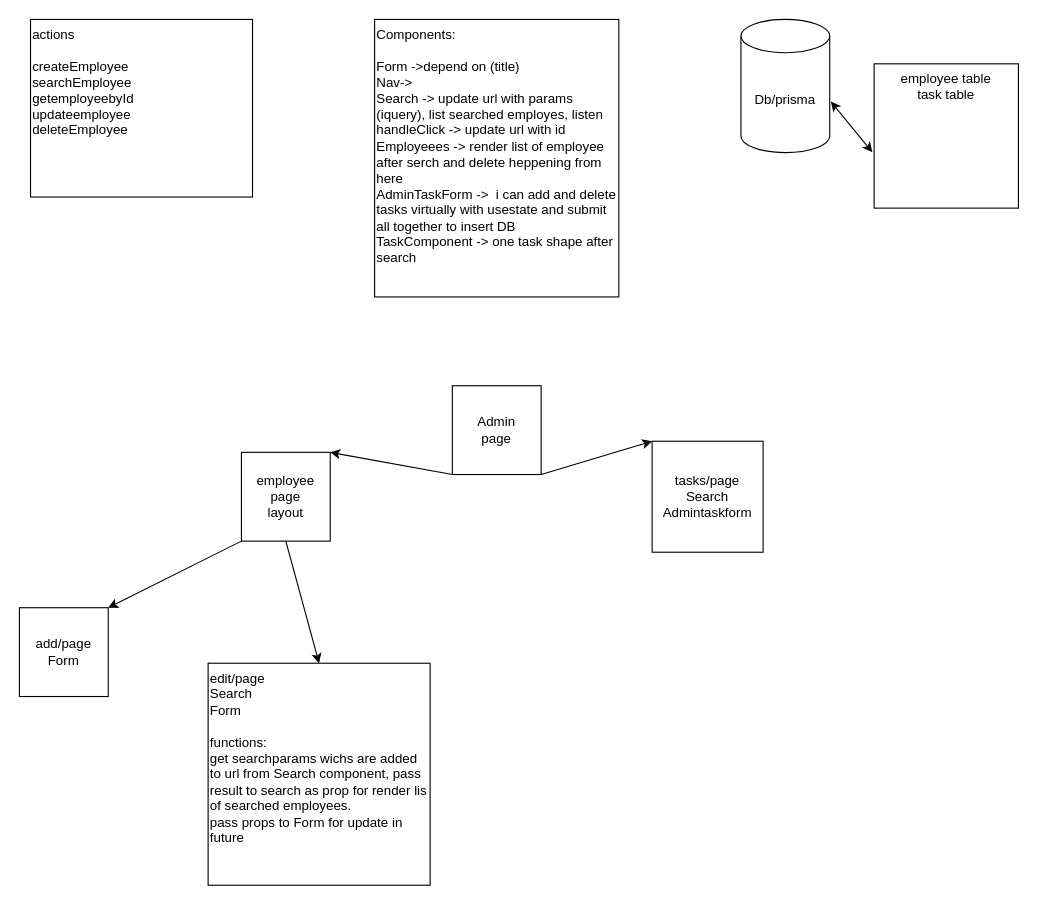
Before: Untitled Diagram.drawio in George-giorgi/tasksflow, a draw.io diagram. Source tidied: cells renumbered, new cells numbered last; positions are measured from the earlier drawing's top-left corner, leaving out a move shared by most shapes. Both pictures are drawn from the tidied source at 111%, with x=0, y=0 at pixel (19, 19).
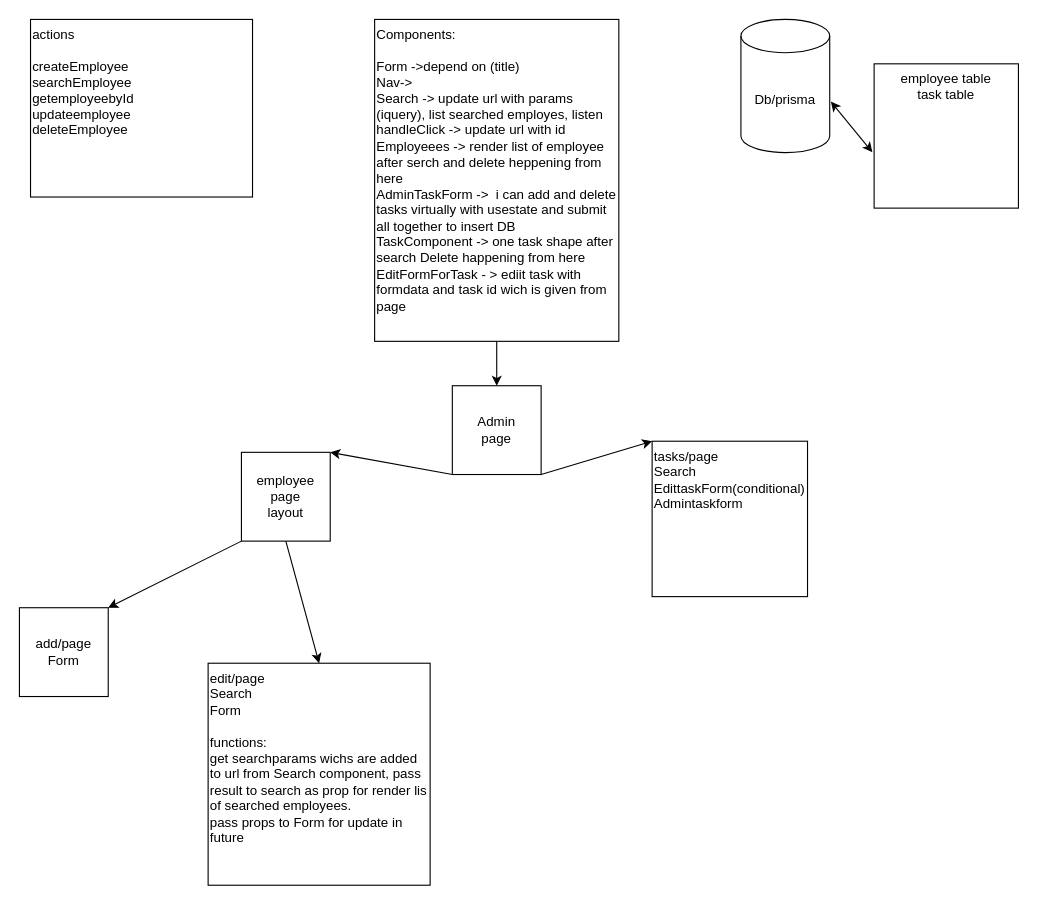
After the change.

Change to the diagram source:
```diff
@@
 <mxGraphModel>
   <root>
     <mxCell id="0" />
     <mxCell id="1" parent="0" />
     <mxCell id="2" value="Admin&lt;div&gt;page&lt;/div&gt;" style="whiteSpace=wrap;html=1;" parent="1" vertex="1">
       <mxGeometry x="390" y="330" width="80" height="80" as="geometry" />
     </mxCell>
     <mxCell id="3" style="endArrow=classic;html=1;rounded=0;exitX=0;exitY=1;exitDx=0;exitDy=0;entryX=1;entryY=0;entryDx=0;entryDy=0;" parent="1" edge="1" source="2" target="5">
       <mxGeometry relative="1" as="geometry" />
     </mxCell>
     <mxCell id="4" style="endArrow=classic;html=1;rounded=0;exitX=1;exitY=1;exitDx=0;exitDy=0;entryX=0;entryY=0;entryDx=0;entryDy=0;" parent="1" edge="1" source="2" target="6">
       <mxGeometry relative="1" as="geometry" />
     </mxCell>
     <mxCell id="5" value="employee&lt;div&gt;page&lt;/div&gt;&lt;div&gt;layout&lt;/div&gt;" style="whiteSpace=wrap;html=1;" parent="1" vertex="1">
       <mxGeometry x="200" y="390" width="80" height="80" as="geometry" />
     </mxCell>
-    <mxCell id="6" value="tasks/page&lt;div&gt;Search&lt;/div&gt;&lt;div&gt;Admintaskform&lt;/div&gt;" style="whiteSpace=wrap;html=1;" parent="1" vertex="1">
-      <mxGeometry x="570" y="380" width="100" height="100" as="geometry" />
+    <mxCell id="6" value="tasks/page&lt;div&gt;Search&lt;/div&gt;&lt;div&gt;EdittaskForm(conditional)&lt;/div&gt;&lt;div&gt;Admintaskform&lt;/div&gt;" style="whiteSpace=wrap;html=1;verticalAlign=top;align=left;" parent="1" vertex="1">
+      <mxGeometry x="570" y="380" width="140" height="140" as="geometry" />
     </mxCell>
+    <mxCell id="16" style="edgeStyle=orthogonalEdgeStyle;rounded=0;jettySize=auto;html=1;" parent="1" edge="1" source="7" target="2">
+      <mxGeometry relative="1" as="geometry" />
+    </mxCell>
-    <mxCell id="7" value="&lt;span style=&quot;background-color: light-dark(#ffffff, var(--ge-dark-color, #121212));&quot;&gt;Components:&lt;/span&gt;&lt;div&gt;&lt;br&gt;&lt;div&gt;Form -&amp;gt;depend on (title)&lt;/div&gt;&lt;/div&gt;&lt;div&gt;Nav-&amp;gt;&lt;/div&gt;&lt;div&gt;Search -&amp;gt; update url with params (iquery), list searched employes, listen handleClick -&amp;gt; update url with id&amp;nbsp;&lt;/div&gt;&lt;div&gt;Employeees -&amp;gt; render list of employee after serch and delete heppening from here&lt;/div&gt;&lt;div&gt;AdminTaskForm -&amp;gt;&amp;nbsp; i can add and delete tasks virtually with usestate and submit all together to insert DB&lt;/div&gt;&lt;div&gt;TaskComponent -&amp;gt; one task shape after search&lt;/div&gt;&lt;div&gt;&lt;br&gt;&lt;/div&gt;" style="rounded=0;whiteSpace=wrap;html=1;align=left;verticalAlign=top;" parent="1" vertex="1">
-      <mxGeometry x="320" width="220" height="250" as="geometry" />
+    <mxCell id="7" value="&lt;span style=&quot;background-color: light-dark(#ffffff, var(--ge-dark-color, #121212));&quot;&gt;Components:&lt;/span&gt;&lt;div&gt;&lt;br&gt;&lt;div&gt;Form -&amp;gt;depend on (title)&lt;/div&gt;&lt;/div&gt;&lt;div&gt;Nav-&amp;gt;&lt;/div&gt;&lt;div&gt;Search -&amp;gt; update url with params (iquery), list searched employes, listen handleClick -&amp;gt; update url with id&amp;nbsp;&lt;/div&gt;&lt;div&gt;Employeees -&amp;gt; render list of employee after serch and delete heppening from here&lt;/div&gt;&lt;div&gt;AdminTaskForm -&amp;gt;&amp;nbsp; i can add and delete tasks virtually with usestate and submit all together to insert DB&lt;/div&gt;&lt;div&gt;TaskComponent -&amp;gt; one task shape after search Delete happening from here&lt;/div&gt;&lt;div&gt;EditFormForTask - &amp;gt; ediit task with formdata and task id wich is given from page&lt;/div&gt;&lt;div&gt;&lt;br&gt;&lt;/div&gt;" style="rounded=0;whiteSpace=wrap;html=1;align=left;verticalAlign=top;" parent="1" vertex="1">
+      <mxGeometry x="320" width="220" height="290" as="geometry" />
     </mxCell>
     <mxCell id="8" value="add/page&lt;div&gt;Form&lt;/div&gt;" style="whiteSpace=wrap;html=1;" parent="1" vertex="1">
       <mxGeometry y="530" width="80" height="80" as="geometry" />
     </mxCell>
     <mxCell id="9" value="edit/page&lt;div&gt;Search&lt;br&gt;&lt;div&gt;Form&lt;/div&gt;&lt;div&gt;&lt;br&gt;&lt;/div&gt;&lt;div&gt;functions:&lt;/div&gt;&lt;div&gt;get searchparams wichs are added to url from Search component, pass result to search as prop for render lis of searched employees.&lt;/div&gt;&lt;div&gt;pass props to Form for update in future&lt;/div&gt;&lt;/div&gt;" style="whiteSpace=wrap;html=1;verticalAlign=top;align=left;" parent="1" vertex="1">
       <mxGeometry x="170" y="580" width="200" height="200" as="geometry" />
     </mxCell>
     <mxCell id="10" style="endArrow=classic;html=1;rounded=0;exitX=0.5;exitY=1;exitDx=0;exitDy=0;entryX=0.5;entryY=0;entryDx=0;entryDy=0;" parent="1" edge="1" source="5" target="9">
       <mxGeometry relative="1" as="geometry" />
     </mxCell>
     <mxCell id="11" style="endArrow=classic;html=1;rounded=0;exitX=0;exitY=1;exitDx=0;exitDy=0;entryX=1;entryY=0;entryDx=0;entryDy=0;" parent="1" edge="1" source="5" target="8">
       <mxGeometry relative="1" as="geometry" />
     </mxCell>
     <mxCell id="12" value="Db/prisma" style="shape=cylinder3;whiteSpace=wrap;html=1;boundedLbl=1;backgroundOutline=1;size=15;" parent="1" vertex="1">
       <mxGeometry x="650" width="80" height="120" as="geometry" />
     </mxCell>
     <mxCell id="13" value="employee table&lt;div&gt;task table&lt;br&gt;&lt;div&gt;&lt;br&gt;&lt;/div&gt;&lt;div&gt;&lt;br&gt;&lt;/div&gt;&lt;/div&gt;" style="whiteSpace=wrap;html=1;verticalAlign=top;" parent="1" vertex="1">
       <mxGeometry x="770" y="40" width="130" height="130" as="geometry" />
     </mxCell>
     <mxCell id="14" style="endArrow=classic;startArrow=classic;html=1;rounded=0;entryX=1.013;entryY=0.617;entryDx=0;entryDy=0;entryPerimeter=0;exitX=-0.012;exitY=0.613;exitDx=0;exitDy=0;exitPerimeter=0;" parent="1" edge="1" source="13" target="12">
       <mxGeometry relative="1" as="geometry" />
     </mxCell>
     <mxCell id="15" value="actions&lt;div&gt;&lt;br&gt;&lt;/div&gt;&lt;div&gt;createEmployee&lt;/div&gt;&lt;div&gt;searchEmployee&lt;/div&gt;&lt;div&gt;getemployeebyId&lt;/div&gt;&lt;div&gt;updateemployee&lt;/div&gt;&lt;div&gt;deleteEmployee&lt;/div&gt;" style="rounded=0;whiteSpace=wrap;html=1;verticalAlign=top;align=left;" parent="1" vertex="1">
       <mxGeometry x="10" width="200" height="160" as="geometry" />
     </mxCell>
   </root>
 </mxGraphModel>
```
